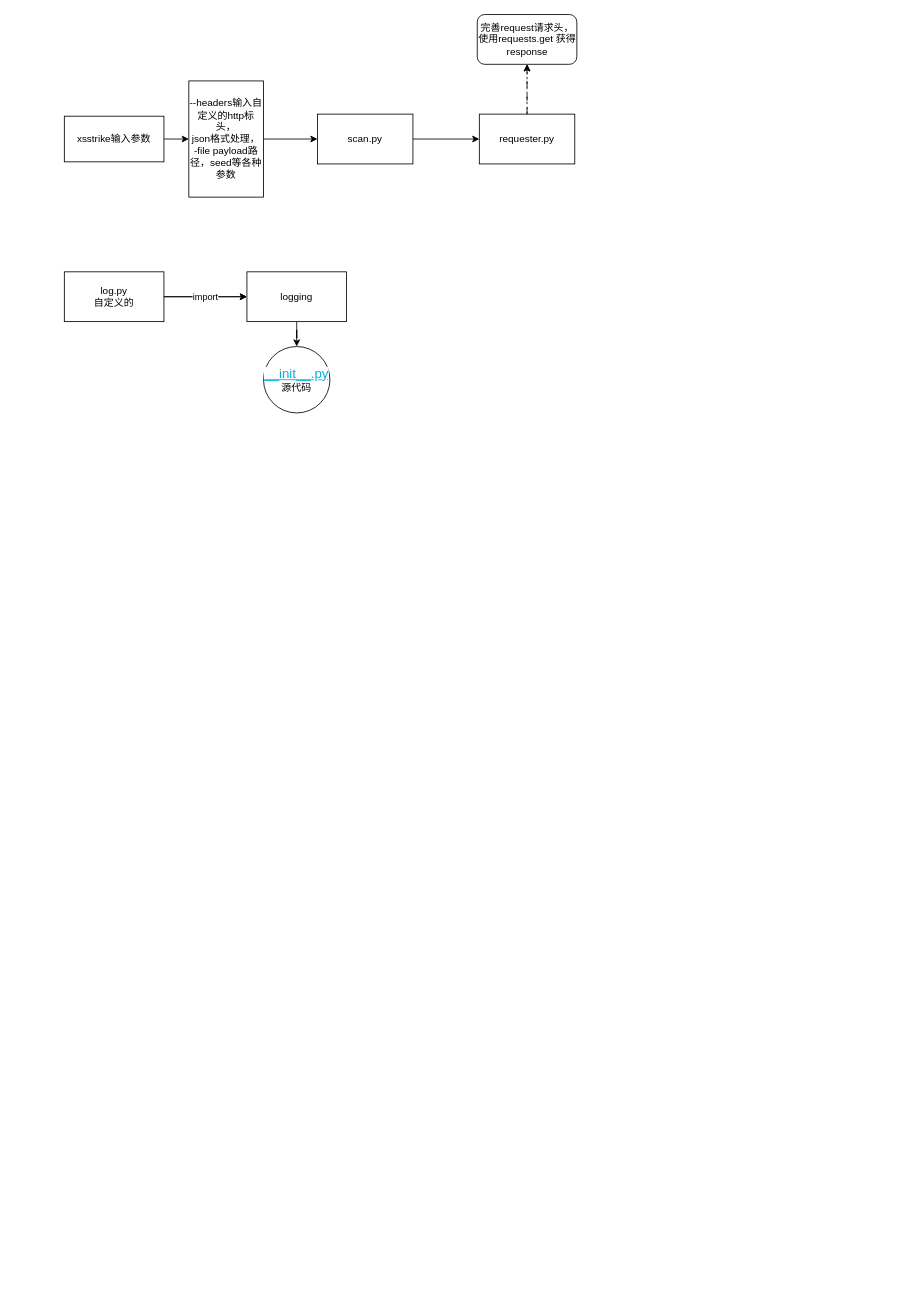
This is page "第 1 页" (1 of 2) of xsstrike 反射xss流程.drawio from chenyk320/work, a draw.io file, before an edit. Source tidied: cells renumbered, new cells numbered last; positions are measured from the earlier drawing's top-left corner, leaving out a move shared by most shapes. Both pictures are drawn from the tidied source at 83%, with x=0, y=0 at pixel (64, 14).
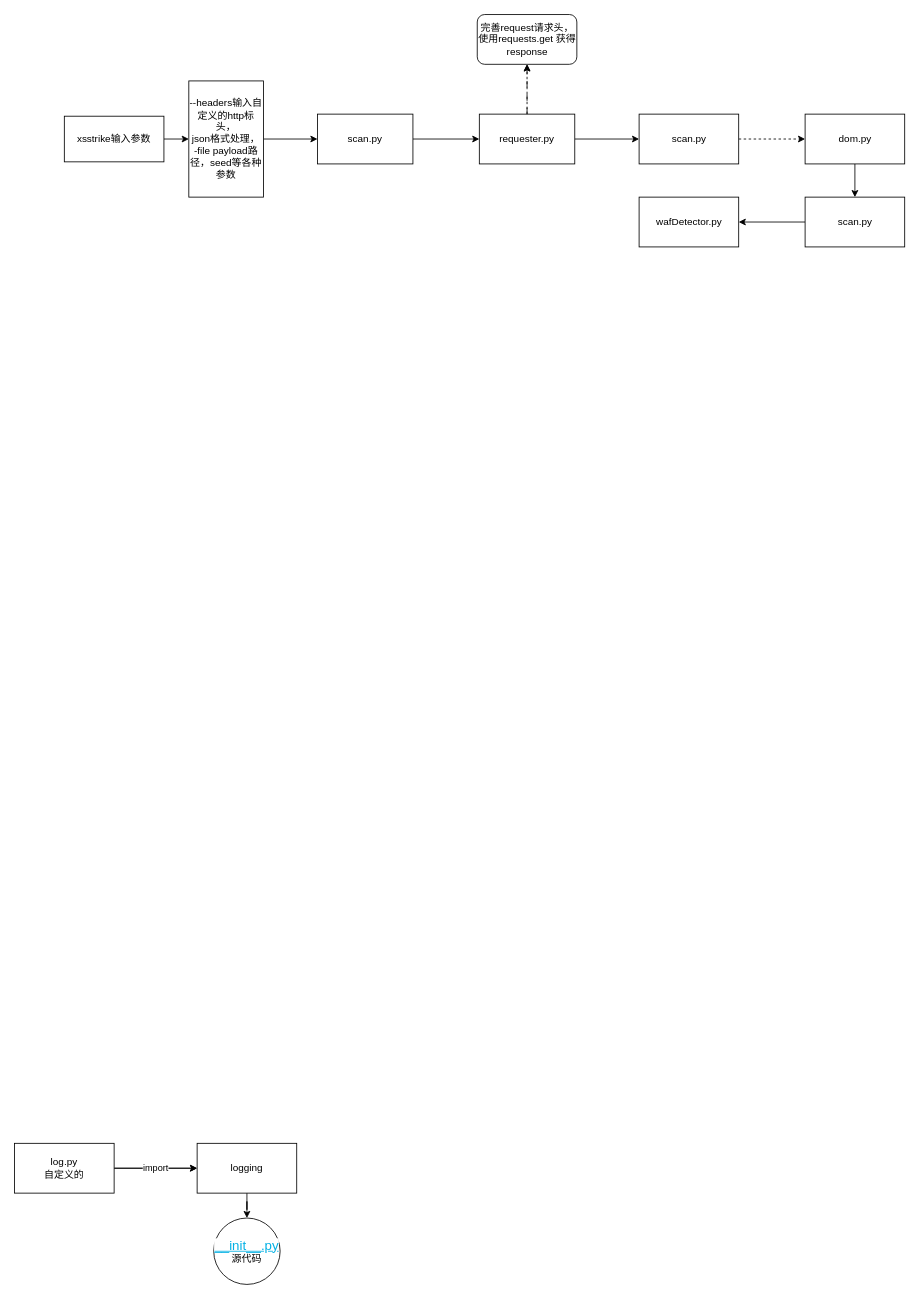
After the change.

Commit message:
更新xsstrike 反射xss流程.drawio

The change refers to these unchanged cells:
```xml
<mxCell id="11" value="requester.py" style="whiteSpace=wrap;html=1;rounded=0;" parent="1" vertex="1">
  <mxGeometry x="500" y="120" width="115" height="60" as="geometry" />
</mxCell>
```

What changed in the source:
```diff
@@
+    <mxCell id="20" style="edgeStyle=orthogonalEdgeStyle;rounded=0;jettySize=auto;html=1;" parent="1" edge="1" source="11" target="22">
+      <mxGeometry relative="1" as="geometry" />
+    </mxCell>
@@
     <mxCell id="14" value="log.py&lt;br&gt;自定义的" style="rounded=0;whiteSpace=wrap;html=1;" parent="1" vertex="1">
-      <mxGeometry y="310" width="120" height="60" as="geometry" />
+      <mxGeometry x="-60" y="1360" width="120" height="60" as="geometry" />
     </mxCell>
@@
     <mxCell id="16" value="logging" style="whiteSpace=wrap;html=1;rounded=0;" parent="1" vertex="1">
-      <mxGeometry x="220" y="310" width="120" height="60" as="geometry" />
+      <mxGeometry x="160" y="1360" width="120" height="60" as="geometry" />
     </mxCell>
     <mxCell id="17" value="&lt;a style=&quot;color: rgb(0, 176, 228); font-family: &amp;quot;Lucida Grande&amp;quot;, Arial, sans-serif; font-size: 16px; text-align: left; background-color: rgb(255, 255, 255);&quot; href=&quot;https://github.com/python/cpython/tree/3.11/Lib/logging/__init__.py&quot; class=&quot;reference external&quot;&gt;__init__.py&lt;/a&gt;&lt;br&gt;源代码" style="ellipse;whiteSpace=wrap;html=1;rounded=0;" parent="1" vertex="1">
-      <mxGeometry x="240" y="400" width="80" height="80" as="geometry" />
+      <mxGeometry x="180" y="1450" width="80" height="80" as="geometry" />
     </mxCell>
@@
+    <mxCell id="21" style="edgeStyle=orthogonalEdgeStyle;rounded=0;jettySize=auto;html=1;dashed=1;" parent="1" edge="1" source="22" target="24">
+      <mxGeometry relative="1" as="geometry" />
+    </mxCell>
+    <mxCell id="22" value="scan.py" style="whiteSpace=wrap;html=1;rounded=0;" parent="1" vertex="1">
+      <mxGeometry x="692.5" y="120" width="120" height="60" as="geometry" />
+    </mxCell>
+    <mxCell id="23" style="edgeStyle=orthogonalEdgeStyle;rounded=0;jettySize=auto;html=1;" parent="1" edge="1" source="24" target="26">
+      <mxGeometry relative="1" as="geometry" />
+    </mxCell>
+    <mxCell id="24" value="dom.py" style="whiteSpace=wrap;html=1;rounded=0;" parent="1" vertex="1">
+      <mxGeometry x="892.5" y="120" width="120" height="60" as="geometry" />
+    </mxCell>
+    <mxCell id="25" style="edgeStyle=orthogonalEdgeStyle;rounded=0;jettySize=auto;html=1;" parent="1" edge="1" source="26" target="27">
+      <mxGeometry relative="1" as="geometry" />
+    </mxCell>
+    <mxCell id="26" value="scan.py" style="whiteSpace=wrap;html=1;rounded=0;" parent="1" vertex="1">
+      <mxGeometry x="892.5" y="220" width="120" height="60" as="geometry" />
+    </mxCell>
+    <mxCell id="27" value="wafDetector.py" style="whiteSpace=wrap;html=1;rounded=0;" parent="1" vertex="1">
+      <mxGeometry x="692.5" y="220" width="120" height="60" as="geometry" />
+    </mxCell>
```
